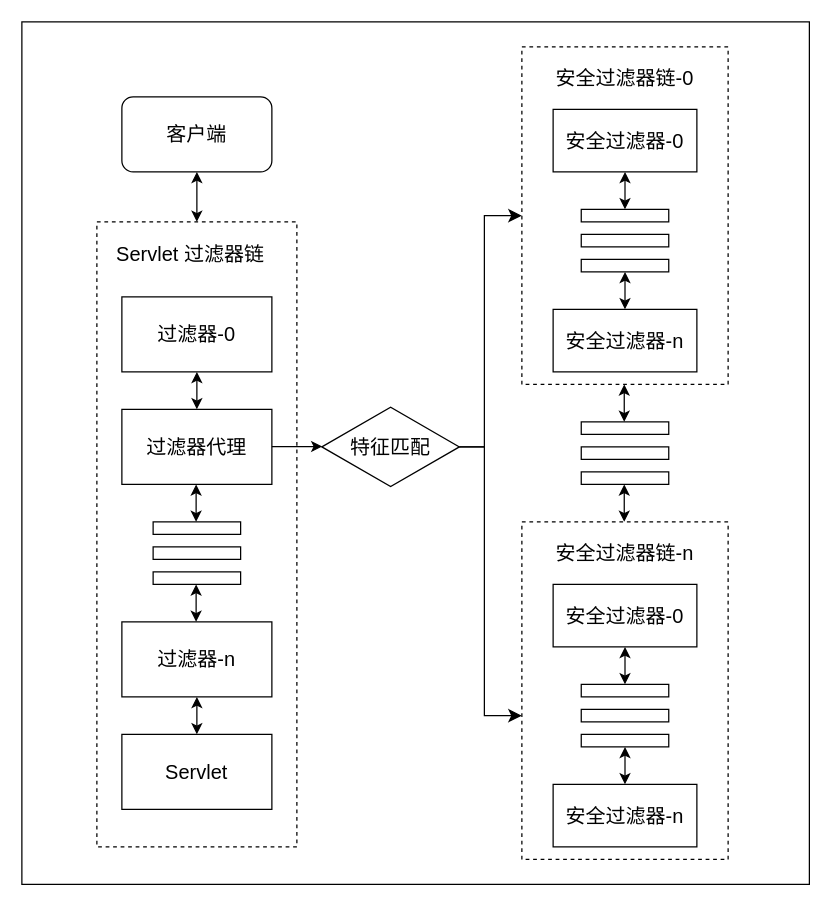
This is design/Spring-Security.dio from akynazh/aws, a draw.io file, before an edit. Source tidied: cells renumbered, new cells numbered last; positions are measured from the earlier drawing's top-left corner, leaving out a move shared by most shapes. Both pictures are drawn from the tidied source at 125%, with x=0, y=0 at pixel (21, 21).
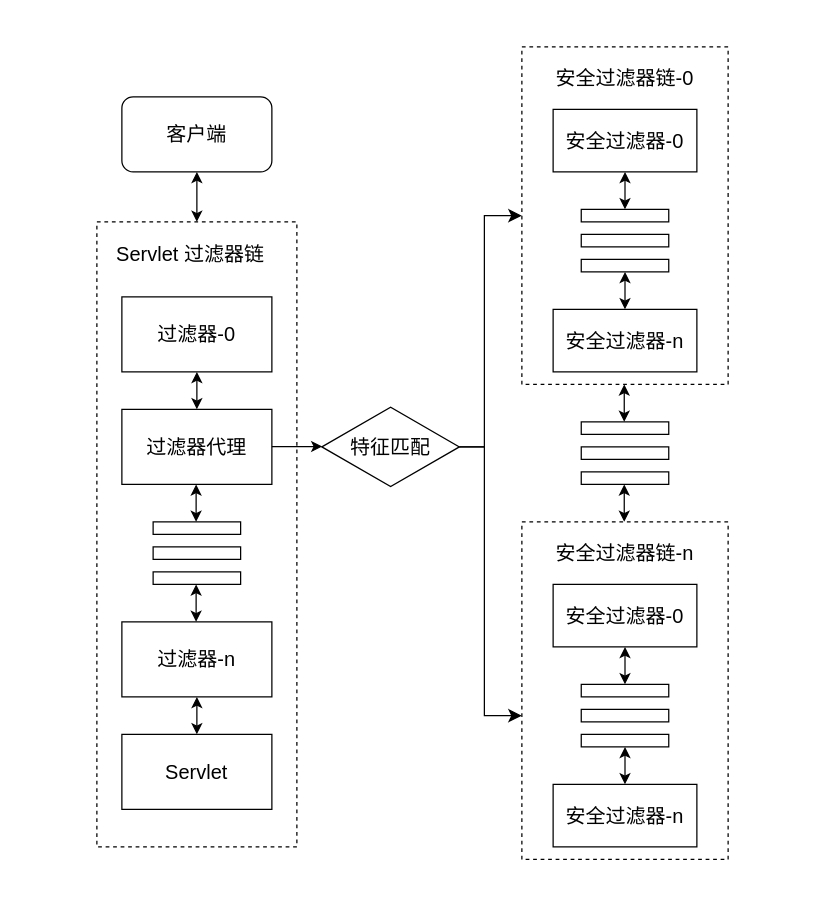
The same diagram, later.

The edit, as a diff of the source:
```diff
@@
-    <mxCell id="2" style="rounded=0;whiteSpace=wrap;html=1;fontFamily=Songti SC;fontSize=16;" parent="1" vertex="1">
-      <mxGeometry width="630" height="690" as="geometry" />
-    </mxCell>
```
